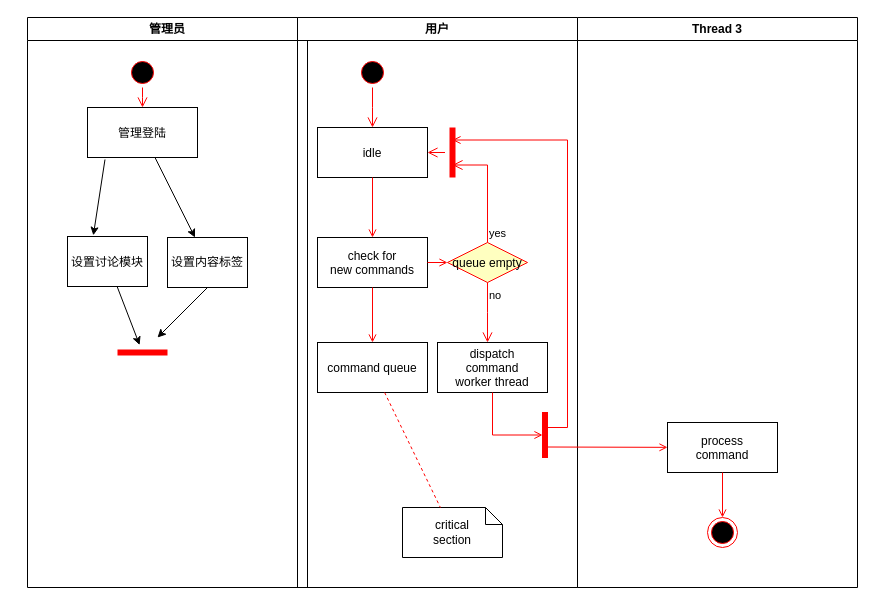
Earlier version of the draw.io diagram page "Page-1" (1 of 2) of 未命名绘图.drawio (zwz-create/star). Source tidied: cells renumbered, new cells numbered last; positions are measured from the earlier drawing's top-left corner, leaving out a move shared by most shapes. Both pictures are drawn from the tidied source at 100%, with x=0, y=0 at pixel (27, 17).
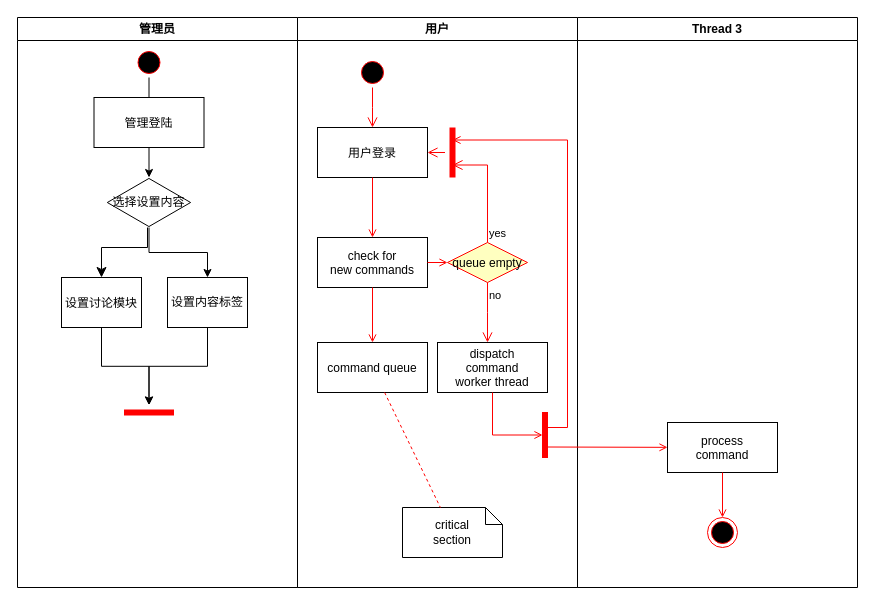
After the change.

The change refers to these unchanged cells:
```xml
<mxCell id="13" value="用户" style="swimlane;whiteSpace=wrap;" parent="1" vertex="1">
  <mxGeometry x="270" width="280" height="570" as="geometry" />
</mxCell>
```

Change to the diagram source:
```diff
@@
     <mxCell id="2" value="管理员" style="swimlane;whiteSpace=wrap;" parent="1" vertex="1">
-      <mxGeometry width="280" height="570" as="geometry" />
+      <mxGeometry x="-10" width="280" height="570" as="geometry" />
     </mxCell>
+    <mxCell id="38" style="edgeStyle=orthogonalEdgeStyle;rounded=0;jettySize=auto;html=1;" parent="2" edge="1" source="3" target="42">
+      <mxGeometry relative="1" as="geometry" />
+    </mxCell>
     <mxCell id="3" style="ellipse;shape=startState;fillColor=#000000;strokeColor=#ff0000;" parent="2" vertex="1">
-      <mxGeometry x="100" y="40" width="30" height="30" as="geometry" />
+      <mxGeometry x="116.5" y="30" width="30" height="30" as="geometry" />
     </mxCell>
-    <mxCell id="4" style="edgeStyle=elbowEdgeStyle;elbow=horizontal;verticalAlign=bottom;endArrow=open;endSize=8;strokeColor=#FF0000;endFill=1;rounded=0;" parent="2" edge="1" source="3" target="6">
-      <mxGeometry x="100" y="40" as="geometry" />
-    </mxCell>
-    <mxCell id="5" style="edgeStyle=none;rounded=0;jettySize=auto;html=1;" parent="2" edge="1" source="6" target="10">
-      <mxGeometry relative="1" as="geometry" />
-    </mxCell>
     <mxCell id="6" value="管理登陆" parent="2" vertex="1">
-      <mxGeometry x="60" y="90" width="110" height="50" as="geometry" />
+      <mxGeometry x="76.5" y="80" width="110" height="50" as="geometry" />
     </mxCell>
-    <mxCell id="7" style="edgeStyle=none;rounded=0;jettySize=auto;html=1;" parent="2" edge="1" source="8" target="11">
-      <mxGeometry relative="1" as="geometry" />
-    </mxCell>
+    <mxCell id="39" style="edgeStyle=orthogonalEdgeStyle;rounded=0;jettySize=auto;html=1;" parent="2" edge="1" source="8" target="43">
+      <mxGeometry relative="1" as="geometry" />
+    </mxCell>
     <mxCell id="8" value="设置讨论模块" parent="2" vertex="1">
-      <mxGeometry x="40" y="219" width="80" height="50" as="geometry" />
+      <mxGeometry x="44" y="260" width="80" height="50" as="geometry" />
     </mxCell>
-    <mxCell id="9" style="endArrow=classic;html=1;rounded=0;exitX=0.159;exitY=1.04;exitDx=0;exitDy=0;exitPerimeter=0;entryX=0.323;entryY=-0.023;entryDx=0;entryDy=0;entryPerimeter=0;" parent="2" edge="1" source="6" target="8">
-      <mxGeometry relative="1" as="geometry" />
-    </mxCell>
+    <mxCell id="40" style="edgeStyle=orthogonalEdgeStyle;rounded=0;jettySize=auto;html=1;" parent="2" edge="1" source="10" target="43">
+      <mxGeometry relative="1" as="geometry" />
+    </mxCell>
     <mxCell id="10" value="设置内容标签" style="rounded=0;whiteSpace=wrap;html=1;" parent="2" vertex="1">
-      <mxGeometry x="140" y="220" width="80" height="50" as="geometry" />
+      <mxGeometry x="150" y="260" width="80" height="50" as="geometry" />
     </mxCell>
-    <mxCell id="11" style="shape=line;strokeWidth=6;strokeColor=#ff0000;rotation=90;direction=south;" parent="2" vertex="1">
-      <mxGeometry x="107.5" y="310" width="15" height="50" as="geometry" />
-    </mxCell>
-    <mxCell id="12" style="endArrow=classic;html=1;rounded=0;exitX=0.5;exitY=1;exitDx=0;exitDy=0;" parent="2" edge="1" source="10">
-      <mxGeometry relative="1" as="geometry">
-        <mxPoint x="130" y="320" as="targetPoint" />
-      </mxGeometry>
-    </mxCell>
+    <mxCell id="41" style="edgeStyle=orthogonalEdgeStyle;rounded=0;jettySize=auto;html=1;" parent="2" edge="1" source="42" target="10">
+      <mxGeometry relative="1" as="geometry" />
+    </mxCell>
+    <mxCell id="42" value="选择设置内容" style="html=1;whiteSpace=wrap;shape=isoRectangle;" parent="2" vertex="1">
+      <mxGeometry x="89.8" y="160" width="83.3" height="50" as="geometry" />
+    </mxCell>
+    <mxCell id="43" style="shape=line;strokeWidth=6;strokeColor=#ff0000;rotation=90;direction=south;" parent="2" vertex="1">
+      <mxGeometry x="124" y="370" width="15" height="50" as="geometry" />
+    </mxCell>
+    <mxCell id="44" style="edgeStyle=segmentEdgeStyle;endArrow=classic;html=1;curved=0;rounded=0;endSize=8;startSize=8;entryX=0.5;entryY=0;entryDx=0;entryDy=0;" parent="2" edge="1" target="8">
+      <mxGeometry relative="1" as="geometry">
+        <mxPoint x="130" y="210" as="sourcePoint" />
+        <Array as="points">
+          <mxPoint x="130" y="230" />
+          <mxPoint x="84" y="230" />
+        </Array>
+      </mxGeometry>
+    </mxCell>
@@
-    <mxCell id="16" value="idle" parent="13" vertex="1">
+    <mxCell id="16" value="用户登录" parent="13" vertex="1">
       <mxGeometry x="20" y="110" width="110" height="50" as="geometry" />
     </mxCell>
```
